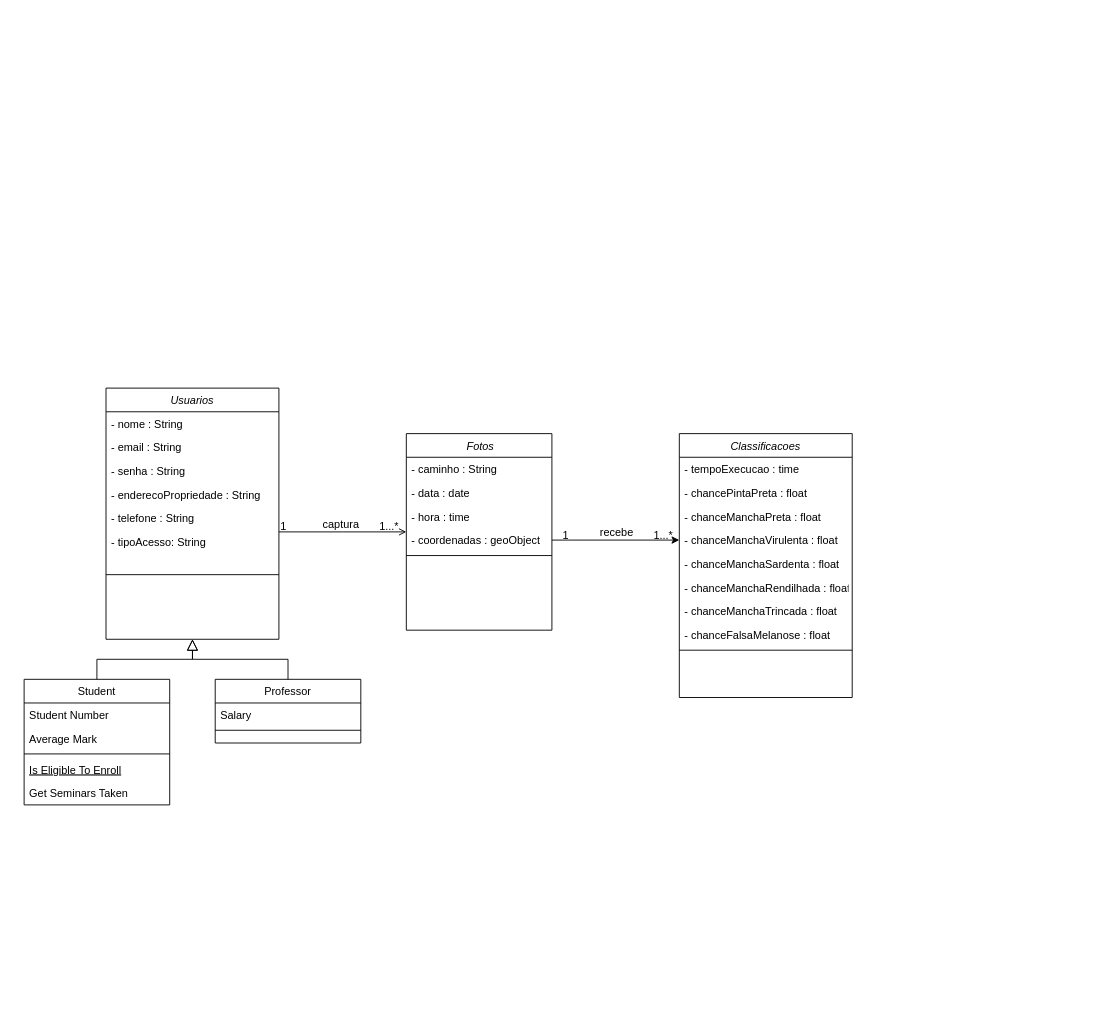
This is uml/classes_blackspot.drawio from guilhermexmada/pi-ponskan, a draw.io file, before an edit. Source tidied: cells renumbered, new cells numbered last; positions are measured from the earlier drawing's top-left corner, leaving out a move shared by most shapes. Both pictures are drawn from the tidied source at 91%, with x=0, y=0 at pixel (24, 388).
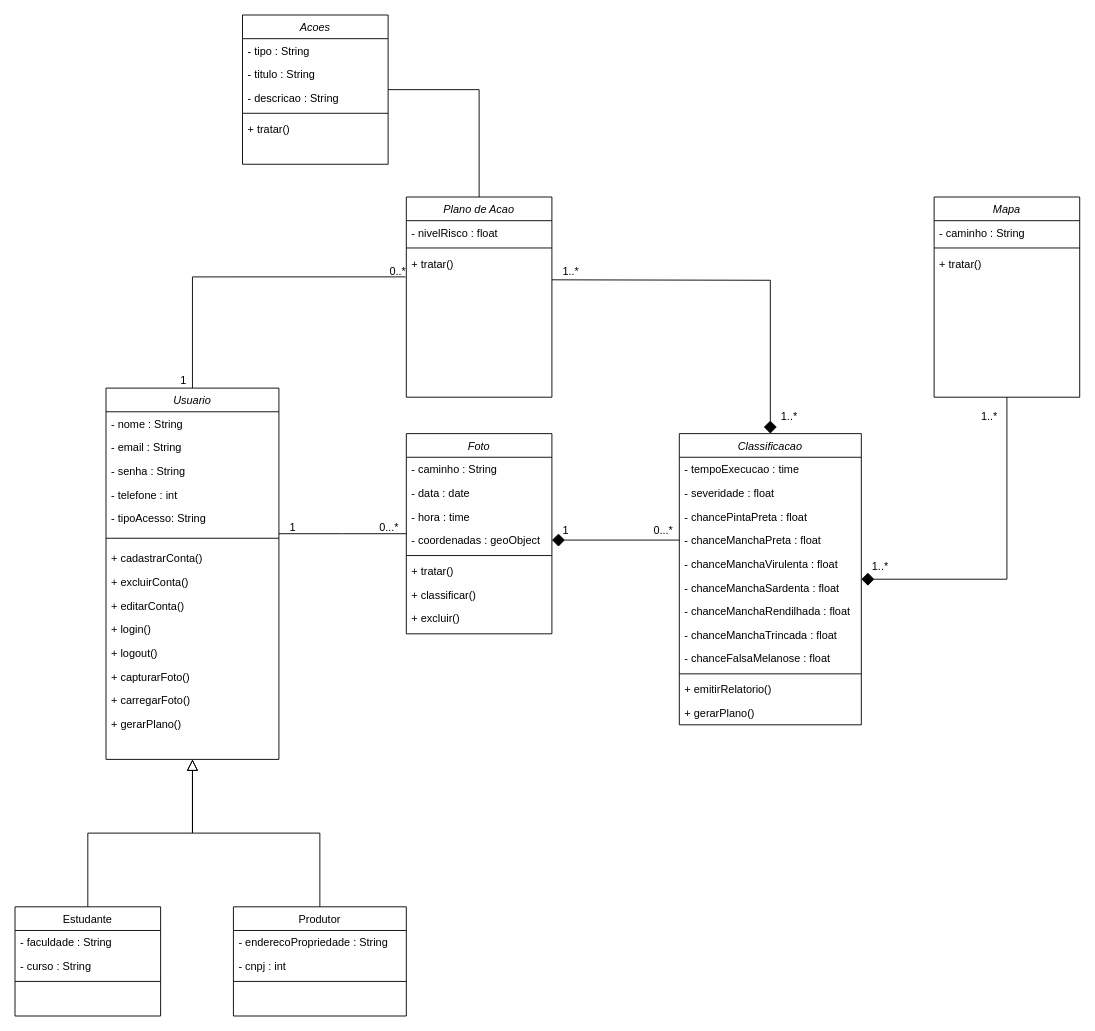
After the change.

Unchanged cells that the change refers to:
```xml
<mxCell id="25" value="- coordenadas : geoObject" style="text;align=left;verticalAlign=top;spacingLeft=4;spacingRight=4;overflow=hidden;points=[[0,0.5],[1,0.5]];portConstraint=eastwest;rounded=0;shadow=0;html=0;" parent="21" vertex="1">
  <mxGeometry y="104" width="160" height="26" as="geometry" />
</mxCell>
```

Change to the diagram source:
```diff
@@
-    <mxCell id="2" value="Usuarios" style="swimlane;fontStyle=2;align=center;verticalAlign=top;horizontal=1;startSize=26;rounded=0;shadow=0;strokeWidth=1;" parent="1" vertex="1">
-      <mxGeometry x="90" width="190" height="276" as="geometry" />
+    <mxCell id="2" value="Usuario" style="swimlane;fontStyle=2;align=center;verticalAlign=top;horizontal=1;startSize=26;rounded=0;shadow=0;strokeWidth=1;" parent="1" vertex="1">
+      <mxGeometry x="90" width="190" height="408" as="geometry" />
     </mxCell>
@@
-    <mxCell id="6" value="- enderecoPropriedade : String" style="text;align=left;verticalAlign=top;spacingLeft=4;spacingRight=4;overflow=hidden;rounded=0;shadow=0;html=0;" parent="2" vertex="1">
-      <mxGeometry y="104" width="190" height="26" as="geometry" />
-    </mxCell>
-    <mxCell id="7" value="- telefone : String" style="text;align=left;verticalAlign=top;spacingLeft=4;spacingRight=4;overflow=hidden;rounded=0;shadow=0;html=0;" parent="2" vertex="1">
-      <mxGeometry y="130" width="190" height="26" as="geometry" />
+    <mxCell id="7" value="- telefone : int" style="text;align=left;verticalAlign=top;spacingLeft=4;spacingRight=4;overflow=hidden;rounded=0;shadow=0;html=0;" parent="2" vertex="1">
+      <mxGeometry y="104" width="190" height="26" as="geometry" />
     </mxCell>
     <mxCell id="8" value="- tipoAcesso: String" style="text;align=left;verticalAlign=top;spacingLeft=4;spacingRight=4;overflow=hidden;rounded=0;shadow=0;html=0;" parent="2" vertex="1">
-      <mxGeometry y="156" width="190" height="26" as="geometry" />
+      <mxGeometry y="130" width="190" height="26" as="geometry" />
     </mxCell>
     <mxCell id="9" style="line;html=1;strokeWidth=1;align=left;verticalAlign=middle;spacingTop=-1;spacingLeft=3;spacingRight=3;labelPosition=right;" parent="2" vertex="1">
-      <mxGeometry y="182" width="190" height="46" as="geometry" />
+      <mxGeometry y="156" width="190" height="18" as="geometry" />
     </mxCell>
+    <mxCell id="45" value="+ cadastrarConta()" style="text;align=left;verticalAlign=top;spacingLeft=4;spacingRight=4;overflow=hidden;rounded=0;shadow=0;html=0;" parent="2" vertex="1">
+      <mxGeometry y="174" width="190" height="26" as="geometry" />
+    </mxCell>
+    <mxCell id="46" value="+ excluirConta()" style="text;align=left;verticalAlign=top;spacingLeft=4;spacingRight=4;overflow=hidden;rounded=0;shadow=0;html=0;" parent="2" vertex="1">
+      <mxGeometry y="200" width="190" height="26" as="geometry" />
+    </mxCell>
+    <mxCell id="47" value="+ editarConta()" style="text;align=left;verticalAlign=top;spacingLeft=4;spacingRight=4;overflow=hidden;rounded=0;shadow=0;html=0;" parent="2" vertex="1">
+      <mxGeometry y="226" width="190" height="26" as="geometry" />
+    </mxCell>
+    <mxCell id="48" value="+ login()" style="text;align=left;verticalAlign=top;spacingLeft=4;spacingRight=4;overflow=hidden;rounded=0;shadow=0;html=0;" parent="2" vertex="1">
+      <mxGeometry y="252" width="190" height="26" as="geometry" />
+    </mxCell>
+    <mxCell id="49" value="+ logout()" style="text;align=left;verticalAlign=top;spacingLeft=4;spacingRight=4;overflow=hidden;rounded=0;shadow=0;html=0;" parent="2" vertex="1">
+      <mxGeometry y="278" width="190" height="26" as="geometry" />
+    </mxCell>
+    <mxCell id="50" value="+ capturarFoto()" style="text;align=left;verticalAlign=top;spacingLeft=4;spacingRight=4;overflow=hidden;rounded=0;shadow=0;html=0;" parent="2" vertex="1">
+      <mxGeometry y="304" width="190" height="26" as="geometry" />
+    </mxCell>
+    <mxCell id="51" value="+ carregarFoto()" style="text;align=left;verticalAlign=top;spacingLeft=4;spacingRight=4;overflow=hidden;rounded=0;shadow=0;html=0;" parent="2" vertex="1">
+      <mxGeometry y="330" width="190" height="26" as="geometry" />
+    </mxCell>
+    <mxCell id="52" value="+ gerarPlano()" style="text;align=left;verticalAlign=top;spacingLeft=4;spacingRight=4;overflow=hidden;rounded=0;shadow=0;html=0;" parent="2" vertex="1">
+      <mxGeometry y="356" width="190" height="26" as="geometry" />
+    </mxCell>
-    <mxCell id="10" value="Student" style="swimlane;fontStyle=0;align=center;verticalAlign=top;horizontal=1;startSize=26;rounded=0;shadow=0;strokeWidth=1;" parent="1" vertex="1">
-      <mxGeometry y="320" width="160" height="138" as="geometry" />
+    <mxCell id="10" value="Estudante" style="swimlane;fontStyle=0;align=center;verticalAlign=top;horizontal=1;startSize=26;rounded=0;shadow=0;strokeWidth=1;" parent="1" vertex="1">
+      <mxGeometry x="-10" y="570" width="160" height="120" as="geometry" />
     </mxCell>
-    <mxCell id="11" value="Student Number" style="text;align=left;verticalAlign=top;spacingLeft=4;spacingRight=4;overflow=hidden;" parent="10" vertex="1">
+    <mxCell id="11" value="- faculdade : String" style="text;align=left;verticalAlign=top;spacingLeft=4;spacingRight=4;overflow=hidden;" parent="10" vertex="1">
       <mxGeometry y="26" width="160" height="26" as="geometry" />
     </mxCell>
-    <mxCell id="12" value="Average Mark" style="text;align=left;verticalAlign=top;spacingLeft=4;spacingRight=4;overflow=hidden;rounded=0;shadow=0;html=0;" parent="10" vertex="1">
+    <mxCell id="12" value="- curso : String" style="text;align=left;verticalAlign=top;spacingLeft=4;spacingRight=4;overflow=hidden;rounded=0;shadow=0;html=0;" parent="10" vertex="1">
       <mxGeometry y="52" width="160" height="26" as="geometry" />
     </mxCell>
@@
-    <mxCell id="14" value="Is Eligible To Enroll" style="text;align=left;verticalAlign=top;spacingLeft=4;spacingRight=4;overflow=hidden;fontStyle=4;" parent="10" vertex="1">
-      <mxGeometry y="86" width="160" height="26" as="geometry" />
-    </mxCell>
-    <mxCell id="15" value="Get Seminars Taken" style="text;align=left;verticalAlign=top;spacingLeft=4;spacingRight=4;overflow=hidden;" parent="10" vertex="1">
-      <mxGeometry y="112" width="160" height="26" as="geometry" />
-    </mxCell>
@@
-    <mxCell id="17" value="Professor" style="swimlane;fontStyle=0;align=center;verticalAlign=top;horizontal=1;startSize=26;rounded=0;shadow=0;strokeWidth=1;" parent="1" vertex="1">
-      <mxGeometry x="210" y="320" width="160" height="70" as="geometry" />
+    <mxCell id="17" value="Produtor" style="swimlane;fontStyle=0;align=center;verticalAlign=top;horizontal=1;startSize=26;rounded=0;shadow=0;strokeWidth=1;" parent="1" vertex="1">
+      <mxGeometry x="230" y="570" width="190" height="120" as="geometry" />
     </mxCell>
-    <mxCell id="18" value="Salary" style="text;align=left;verticalAlign=top;spacingLeft=4;spacingRight=4;overflow=hidden;" parent="17" vertex="1">
-      <mxGeometry y="26" width="160" height="26" as="geometry" />
+    <mxCell id="18" value="- enderecoPropriedade : String" style="text;align=left;verticalAlign=top;spacingLeft=4;spacingRight=4;overflow=hidden;" parent="17" vertex="1">
+      <mxGeometry y="26" width="190" height="26" as="geometry" />
     </mxCell>
+    <mxCell id="53" value="- cnpj : int" style="text;align=left;verticalAlign=top;spacingLeft=4;spacingRight=4;overflow=hidden;" parent="17" vertex="1">
+      <mxGeometry y="52" width="190" height="26" as="geometry" />
+    </mxCell>
     <mxCell id="19" style="line;html=1;strokeWidth=1;align=left;verticalAlign=middle;spacingTop=-1;spacingLeft=3;spacingRight=3;labelPosition=right;" parent="17" vertex="1">
-      <mxGeometry y="52" width="160" height="8" as="geometry" />
+      <mxGeometry y="78" width="190" height="8" as="geometry" />
     </mxCell>
@@
-    <mxCell id="21" value=" Fotos" style="swimlane;fontStyle=2;align=center;verticalAlign=top;horizontal=1;startSize=26;rounded=0;shadow=0;strokeWidth=1;" parent="1" vertex="1">
-      <mxGeometry x="420" y="50" width="160" height="216" as="geometry" />
+    <mxCell id="21" value="Foto" style="swimlane;fontStyle=2;align=center;verticalAlign=top;horizontal=1;startSize=26;rounded=0;shadow=0;strokeWidth=1;" parent="1" vertex="1">
+      <mxGeometry x="420" y="50" width="160" height="220" as="geometry" />
     </mxCell>
@@
+    <mxCell id="54" value="+ tratar()" style="text;align=left;verticalAlign=top;spacingLeft=4;spacingRight=4;overflow=hidden;rounded=0;shadow=0;html=0;" parent="21" vertex="1">
+      <mxGeometry y="138" width="160" height="26" as="geometry" />
+    </mxCell>
+    <mxCell id="55" value="+ classificar()" style="text;align=left;verticalAlign=top;spacingLeft=4;spacingRight=4;overflow=hidden;rounded=0;shadow=0;html=0;" parent="21" vertex="1">
+      <mxGeometry y="164" width="160" height="26" as="geometry" />
+    </mxCell>
+    <mxCell id="56" value="+ excluir()" style="text;align=left;verticalAlign=top;spacingLeft=4;spacingRight=4;overflow=hidden;rounded=0;shadow=0;html=0;" parent="21" vertex="1">
+      <mxGeometry y="190" width="160" height="26" as="geometry" />
+    </mxCell>
-    <mxCell id="27" style="endArrow=open;shadow=0;strokeWidth=1;rounded=0;curved=0;endFill=1;edgeStyle=elbowEdgeStyle;elbow=vertical;" parent="1" edge="1" source="2" target="21">
+    <mxCell id="27" style="endArrow=none;shadow=0;strokeWidth=1;rounded=0;curved=0;endFill=0;edgeStyle=elbowEdgeStyle;elbow=vertical;" parent="1" edge="1" source="2" target="21">
       <mxGeometry x="0.5" y="41" relative="1" as="geometry">
         <mxPoint x="-40" y="32" as="offset" />
       </mxGeometry>
     </mxCell>
     <mxCell id="28" value="1" style="align=left;verticalAlign=bottom;labelBackgroundColor=none;fontSize=12;" parent="27" vertex="1">
       <mxGeometry x="-1" relative="1" as="geometry">
-        <mxPoint y="2" as="offset" />
+        <mxPoint x="10" y="2" as="offset" />
       </mxGeometry>
     </mxCell>
-    <mxCell id="29" value="1...*" style="align=right;verticalAlign=bottom;labelBackgroundColor=none;fontSize=12;" parent="27" vertex="1">
+    <mxCell id="29" value="0...*" style="align=right;verticalAlign=bottom;labelBackgroundColor=none;fontSize=12;" parent="27" vertex="1">
       <mxGeometry x="1" relative="1" as="geometry">
         <mxPoint x="-7" y="2" as="offset" />
       </mxGeometry>
     </mxCell>
-    <mxCell id="30" value="captura" style="text;html=1;align=center;verticalAlign=middle;labelBackgroundColor=none;rounded=0;shadow=0;strokeWidth=1;fontSize=12;" parent="27" vertex="1">
-      <mxGeometry x="0.5" y="49" relative="1" as="geometry">
-        <mxPoint x="-38" y="40" as="offset" />
-      </mxGeometry>
-    </mxCell>
+    <mxCell id="57" style="edgeStyle=orthogonalEdgeStyle;rounded=0;jettySize=auto;html=1;entryX=0.5;entryY=1;entryDx=0;entryDy=0;endArrow=none;endFill=0;startArrow=diamond;startFill=1;startSize=12;" parent="1" edge="1" source="31" target="70">
+      <mxGeometry relative="1" as="geometry" />
+    </mxCell>
-    <mxCell id="31" value="Classificacoes" style="swimlane;fontStyle=2;align=center;verticalAlign=top;horizontal=1;startSize=26;rounded=0;shadow=0;strokeWidth=1;" parent="1" vertex="1">
-      <mxGeometry x="720" y="50" width="190" height="290" as="geometry" />
+    <mxCell id="31" value="Classificacao" style="swimlane;fontStyle=2;align=center;verticalAlign=top;horizontal=1;startSize=26;rounded=0;shadow=0;strokeWidth=1;" parent="1" vertex="1">
+      <mxGeometry x="720" y="50" width="200" height="320" as="geometry" />
     </mxCell>
     <mxCell id="32" value="- tempoExecucao : time" style="text;align=left;verticalAlign=top;spacingLeft=4;spacingRight=4;overflow=hidden;" parent="31" vertex="1">
-      <mxGeometry y="26" width="190" height="26" as="geometry" />
+      <mxGeometry y="26" width="200" height="26" as="geometry" />
     </mxCell>
+    <mxCell id="58" value="- severidade : float" style="text;align=left;verticalAlign=top;spacingLeft=4;spacingRight=4;overflow=hidden;" parent="31" vertex="1">
+      <mxGeometry y="52" width="200" height="26" as="geometry" />
+    </mxCell>
     <mxCell id="33" value="- chancePintaPreta : float" style="text;align=left;verticalAlign=top;spacingLeft=4;spacingRight=4;overflow=hidden;rounded=0;shadow=0;html=0;" parent="31" vertex="1">
-      <mxGeometry y="52" width="190" height="26" as="geometry" />
+      <mxGeometry y="78" width="200" height="26" as="geometry" />
     </mxCell>
     <mxCell id="34" value="- chanceManchaPreta : float" style="text;align=left;verticalAlign=top;spacingLeft=4;spacingRight=4;overflow=hidden;points=[[0,0.5],[1,0.5]];portConstraint=eastwest;rounded=0;shadow=0;html=0;" parent="31" vertex="1">
-      <mxGeometry y="78" width="190" height="26" as="geometry" />
+      <mxGeometry y="104" width="200" height="26" as="geometry" />
     </mxCell>
     <mxCell id="35" value="- chanceManchaVirulenta : float" style="text;align=left;verticalAlign=top;spacingLeft=4;spacingRight=4;overflow=hidden;points=[[0,0.5],[1,0.5]];portConstraint=eastwest;rounded=0;shadow=0;html=0;" parent="31" vertex="1">
-      <mxGeometry y="104" width="190" height="26" as="geometry" />
+      <mxGeometry y="130" width="200" height="26" as="geometry" />
     </mxCell>
     <mxCell id="36" value="- chanceManchaSardenta : float" style="text;align=left;verticalAlign=top;spacingLeft=4;spacingRight=4;overflow=hidden;rounded=0;shadow=0;html=0;" parent="31" vertex="1">
-      <mxGeometry y="130" width="190" height="26" as="geometry" />
+      <mxGeometry y="156" width="200" height="26" as="geometry" />
     </mxCell>
     <mxCell id="37" value="- chanceManchaRendilhada : float" style="text;align=left;verticalAlign=top;spacingLeft=4;spacingRight=4;overflow=hidden;rounded=0;shadow=0;html=0;" parent="31" vertex="1">
-      <mxGeometry y="156" width="190" height="26" as="geometry" />
+      <mxGeometry y="182" width="200" height="26" as="geometry" />
     </mxCell>
     <mxCell id="38" value="- chanceManchaTrincada : float" style="text;align=left;verticalAlign=top;spacingLeft=4;spacingRight=4;overflow=hidden;rounded=0;shadow=0;html=0;" parent="31" vertex="1">
-      <mxGeometry y="182" width="190" height="26" as="geometry" />
+      <mxGeometry y="208" width="200" height="26" as="geometry" />
     </mxCell>
     <mxCell id="39" value="- chanceFalsaMelanose : float" style="text;align=left;verticalAlign=top;spacingLeft=4;spacingRight=4;overflow=hidden;rounded=0;shadow=0;html=0;" parent="31" vertex="1">
-      <mxGeometry y="208" width="190" height="26" as="geometry" />
+      <mxGeometry y="234" width="200" height="26" as="geometry" />
     </mxCell>
     <mxCell id="40" style="line;html=1;strokeWidth=1;align=left;verticalAlign=middle;spacingTop=-1;spacingLeft=3;spacingRight=3;labelPosition=right;" parent="31" vertex="1">
-      <mxGeometry y="234" width="190" height="8" as="geometry" />
+      <mxGeometry y="260" width="200" height="8" as="geometry" />
     </mxCell>
+    <mxCell id="59" value="+ emitirRelatorio()" style="text;align=left;verticalAlign=top;spacingLeft=4;spacingRight=4;overflow=hidden;rounded=0;shadow=0;html=0;" parent="31" vertex="1">
+      <mxGeometry y="268" width="200" height="26" as="geometry" />
+    </mxCell>
+    <mxCell id="60" value="+ gerarPlano()" style="text;align=left;verticalAlign=top;spacingLeft=4;spacingRight=4;overflow=hidden;rounded=0;shadow=0;html=0;" parent="31" vertex="1">
+      <mxGeometry y="294" width="200" height="26" as="geometry" />
+    </mxCell>
-    <mxCell id="41" style="edgeStyle=orthogonalEdgeStyle;rounded=0;jettySize=auto;html=1;entryX=0;entryY=0.5;entryDx=0;entryDy=0;" parent="1" edge="1" source="25" target="35">
+    <mxCell id="41" style="edgeStyle=orthogonalEdgeStyle;rounded=0;jettySize=auto;html=1;entryX=0;entryY=0.5;entryDx=0;entryDy=0;endArrow=none;endFill=0;startArrow=diamond;startFill=1;startSize=12;" parent="1" edge="1" source="25" target="34">
       <mxGeometry relative="1" as="geometry" />
     </mxCell>
-    <mxCell id="42" value="recebe" style="text;html=1;align=center;verticalAlign=middle;labelBackgroundColor=none;rounded=0;shadow=0;strokeWidth=1;fontSize=12;" parent="1" vertex="1">
-      <mxGeometry x="650" y="158" as="geometry" />
-    </mxCell>
     <mxCell id="43" value="1" style="align=left;verticalAlign=bottom;labelBackgroundColor=none;fontSize=12;" parent="1" vertex="1">
-      <mxGeometry x="590" y="170" as="geometry" />
+      <mxGeometry x="590" y="165" as="geometry" />
     </mxCell>
-    <mxCell id="44" value="1...*" style="align=left;verticalAlign=bottom;labelBackgroundColor=none;fontSize=12;" parent="1" vertex="1">
-      <mxGeometry x="690" y="170" as="geometry" />
+    <mxCell id="44" value="0...*" style="align=left;verticalAlign=bottom;labelBackgroundColor=none;fontSize=12;direction=west;" parent="1" vertex="1">
+      <mxGeometry x="690" y="165" as="geometry" />
     </mxCell>
+    <mxCell id="61" value="Plano de Acao" style="swimlane;fontStyle=2;align=center;verticalAlign=top;horizontal=1;startSize=26;rounded=0;shadow=0;strokeWidth=1;" parent="1" vertex="1">
+      <mxGeometry x="420" y="-210" width="160" height="220" as="geometry" />
+    </mxCell>
+    <mxCell id="62" value="- nivelRisco : float" style="text;align=left;verticalAlign=top;spacingLeft=4;spacingRight=4;overflow=hidden;" parent="61" vertex="1">
+      <mxGeometry y="26" width="160" height="26" as="geometry" />
+    </mxCell>
+    <mxCell id="63" style="line;html=1;strokeWidth=1;align=left;verticalAlign=middle;spacingTop=-1;spacingLeft=3;spacingRight=3;labelPosition=right;" parent="61" vertex="1">
+      <mxGeometry y="52" width="160" height="8" as="geometry" />
+    </mxCell>
+    <mxCell id="64" value="+ tratar()" style="text;align=left;verticalAlign=top;spacingLeft=4;spacingRight=4;overflow=hidden;points=[[0,0.5],[1,0.5]];portConstraint=eastwest;rounded=0;shadow=0;html=0;" parent="61" vertex="1">
+      <mxGeometry y="60" width="160" height="26" as="geometry" />
+    </mxCell>
+    <mxCell id="65" value="1" style="align=left;verticalAlign=bottom;labelBackgroundColor=none;fontSize=12;" parent="1" vertex="1">
+      <mxGeometry x="170" as="geometry" />
+    </mxCell>
+    <mxCell id="66" value="0..*" style="align=left;verticalAlign=bottom;labelBackgroundColor=none;fontSize=12;" parent="1" vertex="1">
+      <mxGeometry x="400" y="-120" as="geometry" />
+    </mxCell>
+    <mxCell id="67" style="edgeStyle=orthogonalEdgeStyle;rounded=0;jettySize=auto;html=1;entryX=0.5;entryY=0;entryDx=0;entryDy=0;endArrow=diamond;endFill=1;startSize=6;endSize=12;" parent="1" edge="1" target="31">
+      <mxGeometry relative="1" as="geometry">
+        <mxPoint x="580" y="-119" as="sourcePoint" />
+      </mxGeometry>
+    </mxCell>
+    <mxCell id="68" value="1..*" style="align=left;verticalAlign=bottom;labelBackgroundColor=none;fontSize=12;direction=west;" parent="1" vertex="1">
+      <mxGeometry x="830" y="40" as="geometry" />
+    </mxCell>
+    <mxCell id="69" value="1..*" style="align=left;verticalAlign=bottom;labelBackgroundColor=none;fontSize=12;direction=west;" parent="1" vertex="1">
+      <mxGeometry x="590" y="-120" as="geometry" />
+    </mxCell>
+    <mxCell id="70" value="Mapa" style="swimlane;fontStyle=2;align=center;verticalAlign=top;horizontal=1;startSize=26;rounded=0;shadow=0;strokeWidth=1;" parent="1" vertex="1">
+      <mxGeometry x="1000" y="-210" width="160" height="220" as="geometry" />
+    </mxCell>
+    <mxCell id="71" value="- caminho : String" style="text;align=left;verticalAlign=top;spacingLeft=4;spacingRight=4;overflow=hidden;" parent="70" vertex="1">
+      <mxGeometry y="26" width="160" height="26" as="geometry" />
+    </mxCell>
+    <mxCell id="72" style="line;html=1;strokeWidth=1;align=left;verticalAlign=middle;spacingTop=-1;spacingLeft=3;spacingRight=3;labelPosition=right;" parent="70" vertex="1">
+      <mxGeometry y="52" width="160" height="8" as="geometry" />
+    </mxCell>
+    <mxCell id="73" value="+ tratar()" style="text;align=left;verticalAlign=top;spacingLeft=4;spacingRight=4;overflow=hidden;rounded=0;shadow=0;html=0;" parent="70" vertex="1">
+      <mxGeometry y="60" width="160" height="26" as="geometry" />
+    </mxCell>
+    <mxCell id="74" value="1..*" style="align=left;verticalAlign=bottom;labelBackgroundColor=none;fontSize=12;direction=west;" parent="1" vertex="1">
+      <mxGeometry x="930" y="204" as="geometry" />
+    </mxCell>
+    <mxCell id="75" value="1..*" style="align=left;verticalAlign=bottom;labelBackgroundColor=none;fontSize=12;direction=west;" parent="1" vertex="1">
+      <mxGeometry x="1050" y="40" as="geometry" />
+    </mxCell>
+    <mxCell id="76" style="edgeStyle=orthogonalEdgeStyle;rounded=0;jettySize=auto;html=1;entryX=-0.006;entryY=1.068;entryDx=0;entryDy=0;entryPerimeter=0;endArrow=none;endFill=0;" parent="1" edge="1" source="2" target="64">
+      <mxGeometry relative="1" as="geometry" />
+    </mxCell>
+    <mxCell id="77" style="edgeStyle=orthogonalEdgeStyle;rounded=0;jettySize=auto;html=1;entryX=0.5;entryY=0;entryDx=0;entryDy=0;endArrow=none;endFill=0;" parent="1" edge="1" source="78" target="61">
+      <mxGeometry relative="1" as="geometry" />
+    </mxCell>
+    <mxCell id="78" value="Acoes" style="swimlane;fontStyle=2;align=center;verticalAlign=top;horizontal=1;startSize=26;rounded=0;shadow=0;strokeWidth=1;" parent="1" vertex="1">
+      <mxGeometry x="240" y="-410" width="160" height="164" as="geometry" />
+    </mxCell>
+    <mxCell id="79" value="- tipo : String" style="text;align=left;verticalAlign=top;spacingLeft=4;spacingRight=4;overflow=hidden;" parent="78" vertex="1">
+      <mxGeometry y="26" width="160" height="26" as="geometry" />
+    </mxCell>
+    <mxCell id="80" value="- titulo : String" style="text;align=left;verticalAlign=top;spacingLeft=4;spacingRight=4;overflow=hidden;" parent="78" vertex="1">
+      <mxGeometry y="52" width="160" height="26" as="geometry" />
+    </mxCell>
+    <mxCell id="81" value="- descricao : String" style="text;align=left;verticalAlign=top;spacingLeft=4;spacingRight=4;overflow=hidden;" parent="78" vertex="1">
+      <mxGeometry y="78" width="160" height="26" as="geometry" />
+    </mxCell>
+    <mxCell id="82" style="line;html=1;strokeWidth=1;align=left;verticalAlign=middle;spacingTop=-1;spacingLeft=3;spacingRight=3;labelPosition=right;" parent="78" vertex="1">
+      <mxGeometry y="104" width="160" height="8" as="geometry" />
+    </mxCell>
+    <mxCell id="83" value="+ tratar()" style="text;align=left;verticalAlign=top;spacingLeft=4;spacingRight=4;overflow=hidden;rounded=0;shadow=0;html=0;" parent="78" vertex="1">
+      <mxGeometry y="112" width="160" height="26" as="geometry" />
+    </mxCell>
```
